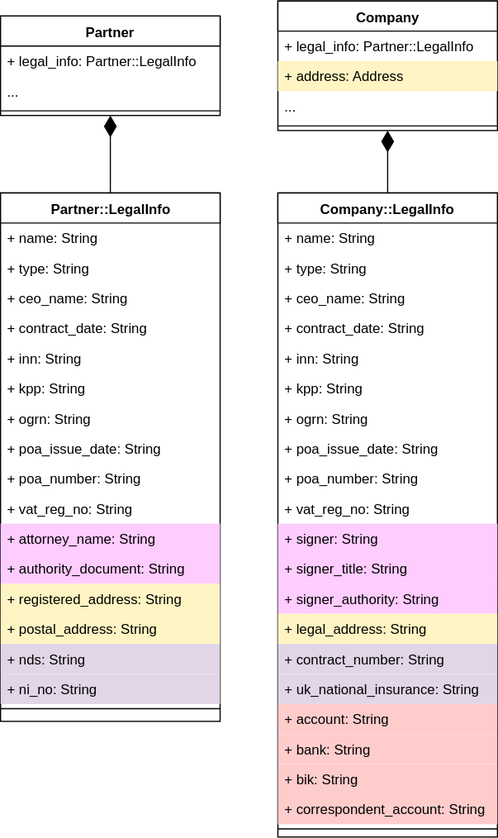
Earlier version of the draw.io export legal-info.svg (ajile/draw-io). Source tidied: cells renumbered, new cells last; positions are measured from the earlier drawing's top-left corner, leaving out a move shared by most shapes.
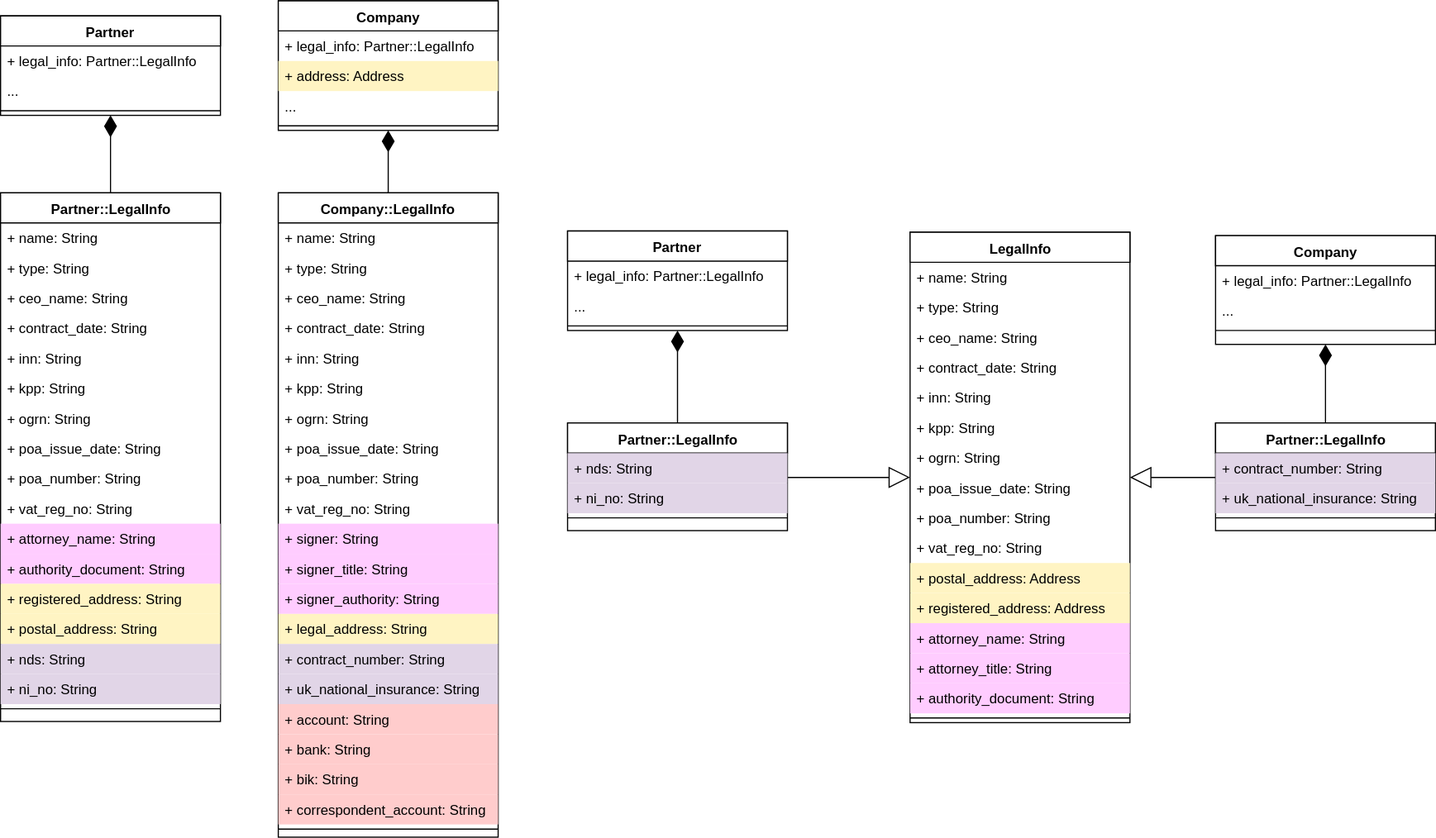
After the change.

Change to the diagram source:
```diff
@@ -155,5 +155,116 @@
     <mxCell id="52" style="edgeStyle=orthogonalEdgeStyle;rounded=0;html=1;jettySize=auto;endArrow=diamondThin;endFill=1;endSize=16;" parent="1" edge="1" source="21" target="47">
       <mxGeometry relative="1" as="geometry" />
     </mxCell>
+    <mxCell id="53" style="edgeStyle=orthogonalEdgeStyle;rounded=0;html=1;endArrow=diamondThin;endFill=1;endSize=16;jettySize=auto;exitX=0.5;exitY=0;" parent="1" edge="1" source="81" target="76">
+      <mxGeometry relative="1" as="geometry" />
+    </mxCell>
+    <mxCell id="54" style="rounded=0;html=1;endArrow=diamondThin;endFill=1;endSize=16;jettySize=auto;exitX=0.5;exitY=0;edgeStyle=orthogonalEdgeStyle;" parent="1" edge="1" source="86" target="72">
+      <mxGeometry relative="1" as="geometry" />
+    </mxCell>
+    <mxCell id="55" value="LegalInfo" style="swimlane;html=1;fontStyle=1;align=center;verticalAlign=top;horizontal=1;startSize=26;swimlaneFillColor=#ffffff;" parent="1" vertex="1">
+      <mxGeometry x="786" y="200" width="190" height="424" as="geometry" />
+    </mxCell>
+    <mxCell id="56" value="+ name: String" style="text;html=1;strokeColor=none;fillColor=none;align=left;verticalAlign=top;spacingLeft=4;spacingRight=4;whiteSpace=wrap;overflow=hidden;" parent="55" vertex="1">
+      <mxGeometry y="26" width="190" height="26" as="geometry" />
+    </mxCell>
+    <mxCell id="57" value="+ type: String" style="text;html=1;strokeColor=none;fillColor=none;align=left;verticalAlign=top;spacingLeft=4;spacingRight=4;whiteSpace=wrap;overflow=hidden;" parent="55" vertex="1">
+      <mxGeometry y="52" width="190" height="26" as="geometry" />
+    </mxCell>
+    <mxCell id="58" value="+ ceo_name: String" style="text;html=1;strokeColor=none;fillColor=none;align=left;verticalAlign=top;spacingLeft=4;spacingRight=4;whiteSpace=wrap;overflow=hidden;" parent="55" vertex="1">
+      <mxGeometry y="78" width="190" height="26" as="geometry" />
+    </mxCell>
+    <mxCell id="59" value="+ contract_date: String" style="text;html=1;strokeColor=none;fillColor=none;align=left;verticalAlign=top;spacingLeft=4;spacingRight=4;whiteSpace=wrap;overflow=hidden;" parent="55" vertex="1">
+      <mxGeometry y="104" width="190" height="26" as="geometry" />
+    </mxCell>
+    <mxCell id="60" value="+ inn: String" style="text;html=1;strokeColor=none;fillColor=none;align=left;verticalAlign=top;spacingLeft=4;spacingRight=4;whiteSpace=wrap;overflow=hidden;" parent="55" vertex="1">
+      <mxGeometry y="130" width="190" height="26" as="geometry" />
+    </mxCell>
+    <mxCell id="61" value="+ kpp: String" style="text;html=1;strokeColor=none;fillColor=none;align=left;verticalAlign=top;spacingLeft=4;spacingRight=4;whiteSpace=wrap;overflow=hidden;" parent="55" vertex="1">
+      <mxGeometry y="156" width="190" height="26" as="geometry" />
+    </mxCell>
+    <mxCell id="62" value="+ ogrn: String" style="text;html=1;strokeColor=none;fillColor=none;align=left;verticalAlign=top;spacingLeft=4;spacingRight=4;whiteSpace=wrap;overflow=hidden;" parent="55" vertex="1">
+      <mxGeometry y="182" width="190" height="26" as="geometry" />
+    </mxCell>
+    <mxCell id="63" value="+ poa_issue_date: String" style="text;html=1;strokeColor=none;fillColor=none;align=left;verticalAlign=top;spacingLeft=4;spacingRight=4;whiteSpace=wrap;overflow=hidden;" parent="55" vertex="1">
+      <mxGeometry y="208" width="190" height="26" as="geometry" />
+    </mxCell>
+    <mxCell id="64" value="+ poa_number: String" style="text;html=1;strokeColor=none;fillColor=none;align=left;verticalAlign=top;spacingLeft=4;spacingRight=4;whiteSpace=wrap;overflow=hidden;" parent="55" vertex="1">
+      <mxGeometry y="234" width="190" height="26" as="geometry" />
+    </mxCell>
+    <mxCell id="65" value="+ vat_reg_no: String" style="text;html=1;strokeColor=none;fillColor=none;align=left;verticalAlign=top;spacingLeft=4;spacingRight=4;whiteSpace=wrap;overflow=hidden;" parent="55" vertex="1">
+      <mxGeometry y="260" width="190" height="26" as="geometry" />
+    </mxCell>
+    <mxCell id="66" value="+ postal_address: Address" style="text;html=1;strokeColor=none;fillColor=#FFF4C3;align=left;verticalAlign=top;spacingLeft=4;spacingRight=4;whiteSpace=wrap;overflow=hidden;" parent="55" vertex="1">
+      <mxGeometry y="286" width="190" height="26" as="geometry" />
+    </mxCell>
+    <mxCell id="67" value="+ registered_address: Address" style="text;html=1;strokeColor=none;fillColor=#FFF4C3;align=left;verticalAlign=top;spacingLeft=4;spacingRight=4;whiteSpace=wrap;overflow=hidden;" parent="55" vertex="1">
+      <mxGeometry y="312" width="190" height="26" as="geometry" />
+    </mxCell>
+    <mxCell id="68" value="+ attorney_name: String" style="text;html=1;strokeColor=none;fillColor=#FFCCFF;align=left;verticalAlign=top;spacingLeft=4;spacingRight=4;whiteSpace=wrap;overflow=hidden;" parent="55" vertex="1">
+      <mxGeometry y="338" width="190" height="26" as="geometry" />
+    </mxCell>
+    <mxCell id="69" value="+ attorney_title: String" style="text;html=1;strokeColor=none;fillColor=#FFCCFF;align=left;verticalAlign=top;spacingLeft=4;spacingRight=4;whiteSpace=wrap;overflow=hidden;" parent="55" vertex="1">
+      <mxGeometry y="364" width="190" height="26" as="geometry" />
+    </mxCell>
+    <mxCell id="70" value="+ authority_document: String" style="text;html=1;strokeColor=none;fillColor=#FFCCFF;align=left;verticalAlign=top;spacingLeft=4;spacingRight=4;whiteSpace=wrap;overflow=hidden;" parent="55" vertex="1">
+      <mxGeometry y="390" width="190" height="26" as="geometry" />
+    </mxCell>
+    <mxCell id="71" style="line;html=1;strokeWidth=1;fillColor=none;align=left;verticalAlign=middle;spacingTop=-1;spacingLeft=3;spacingRight=3;labelPosition=right;" parent="55" vertex="1">
+      <mxGeometry y="416" width="190" height="8" as="geometry" />
+    </mxCell>
+    <mxCell id="72" value="Company" style="swimlane;html=1;fontStyle=1;align=center;verticalAlign=top;horizontal=1;startSize=26;swimlaneFillColor=#ffffff;" parent="1" vertex="1">
+      <mxGeometry x="1050" y="203" width="190" height="94" as="geometry" />
+    </mxCell>
+    <mxCell id="73" value="+ legal_info: Partner::LegalInfo" style="text;html=1;strokeColor=none;fillColor=none;align=left;verticalAlign=top;spacingLeft=4;spacingRight=4;whiteSpace=wrap;overflow=hidden;" parent="72" vertex="1">
+      <mxGeometry y="26" width="190" height="26" as="geometry" />
+    </mxCell>
+    <mxCell id="74" value="..." style="text;html=1;strokeColor=none;fillColor=none;align=left;verticalAlign=top;spacingLeft=4;spacingRight=4;whiteSpace=wrap;overflow=hidden;" parent="72" vertex="1">
+      <mxGeometry y="52" width="190" height="26" as="geometry" />
+    </mxCell>
+    <mxCell id="75" style="line;html=1;strokeWidth=1;fillColor=none;align=left;verticalAlign=middle;spacingTop=-1;spacingLeft=3;spacingRight=3;labelPosition=right;" parent="72" vertex="1">
+      <mxGeometry y="78" width="190" height="8" as="geometry" />
+    </mxCell>
+    <mxCell id="76" value="Partner" style="swimlane;html=1;fontStyle=1;align=center;verticalAlign=top;horizontal=1;startSize=26;swimlaneFillColor=#ffffff;" parent="1" vertex="1">
+      <mxGeometry x="490" y="199" width="190" height="86" as="geometry" />
+    </mxCell>
+    <mxCell id="77" value="+ legal_info: Partner::LegalInfo" style="text;html=1;strokeColor=none;fillColor=none;align=left;verticalAlign=top;spacingLeft=4;spacingRight=4;whiteSpace=wrap;overflow=hidden;" parent="76" vertex="1">
+      <mxGeometry y="26" width="190" height="26" as="geometry" />
+    </mxCell>
+    <mxCell id="78" value="..." style="text;html=1;strokeColor=none;fillColor=none;align=left;verticalAlign=top;spacingLeft=4;spacingRight=4;whiteSpace=wrap;overflow=hidden;" parent="76" vertex="1">
+      <mxGeometry y="52" width="190" height="26" as="geometry" />
+    </mxCell>
+    <mxCell id="79" style="line;html=1;strokeWidth=1;fillColor=none;align=left;verticalAlign=middle;spacingTop=-1;spacingLeft=3;spacingRight=3;labelPosition=right;" parent="76" vertex="1">
+      <mxGeometry y="78" width="190" height="8" as="geometry" />
+    </mxCell>
+    <mxCell id="80" style="edgeStyle=orthogonalEdgeStyle;rounded=0;html=1;endArrow=block;endFill=0;endSize=16;jettySize=auto;" parent="1" edge="1" source="81" target="55">
+      <mxGeometry relative="1" as="geometry" />
+    </mxCell>
+    <mxCell id="81" value="Partner::LegalInfo" style="swimlane;html=1;fontStyle=1;align=center;verticalAlign=top;horizontal=1;startSize=26;swimlaneFillColor=#ffffff;" parent="1" vertex="1">
+      <mxGeometry x="490" y="365" width="190" height="93" as="geometry" />
+    </mxCell>
+    <mxCell id="82" value="+ nds: String" style="text;html=1;strokeColor=none;fillColor=#E1D5E7;align=left;verticalAlign=top;spacingLeft=4;spacingRight=4;whiteSpace=wrap;overflow=hidden;" parent="81" vertex="1">
+      <mxGeometry y="26" width="190" height="26" as="geometry" />
+    </mxCell>
+    <mxCell id="83" value="+ ni_no: String" style="text;html=1;strokeColor=none;fillColor=#E1D5E7;align=left;verticalAlign=top;spacingLeft=4;spacingRight=4;whiteSpace=wrap;overflow=hidden;" parent="81" vertex="1">
+      <mxGeometry y="52" width="190" height="26" as="geometry" />
+    </mxCell>
+    <mxCell id="84" style="line;html=1;strokeWidth=1;fillColor=none;align=left;verticalAlign=middle;spacingTop=-1;spacingLeft=3;spacingRight=3;labelPosition=right;" parent="81" vertex="1">
+      <mxGeometry y="78" width="190" height="8" as="geometry" />
+    </mxCell>
+    <mxCell id="85" style="edgeStyle=orthogonalEdgeStyle;rounded=0;html=1;endArrow=block;endFill=0;endSize=16;jettySize=auto;" parent="1" edge="1" source="86" target="55">
+      <mxGeometry relative="1" as="geometry" />
+    </mxCell>
+    <mxCell id="86" value="Partner::LegalInfo" style="swimlane;html=1;fontStyle=1;align=center;verticalAlign=top;horizontal=1;startSize=26;swimlaneFillColor=#ffffff;" parent="1" vertex="1">
+      <mxGeometry x="1050" y="365" width="190" height="93" as="geometry" />
+    </mxCell>
+    <mxCell id="87" value="+ contract_number: String" style="text;html=1;strokeColor=none;fillColor=#E1D5E7;align=left;verticalAlign=top;spacingLeft=4;spacingRight=4;whiteSpace=wrap;overflow=hidden;" parent="86" vertex="1">
+      <mxGeometry y="26" width="190" height="26" as="geometry" />
+    </mxCell>
+    <mxCell id="88" value="+ uk_national_insurance: String" style="text;html=1;strokeColor=none;fillColor=#E1D5E7;align=left;verticalAlign=top;spacingLeft=4;spacingRight=4;whiteSpace=wrap;overflow=hidden;" parent="86" vertex="1">
+      <mxGeometry y="52" width="190" height="26" as="geometry" />
+    </mxCell>
+    <mxCell id="89" style="line;html=1;strokeWidth=1;fillColor=none;align=left;verticalAlign=middle;spacingTop=-1;spacingLeft=3;spacingRight=3;labelPosition=right;" parent="86" vertex="1">
+      <mxGeometry y="78" width="190" height="8" as="geometry" />
+    </mxCell>
   </root>
 </mxGraphModel>
```
